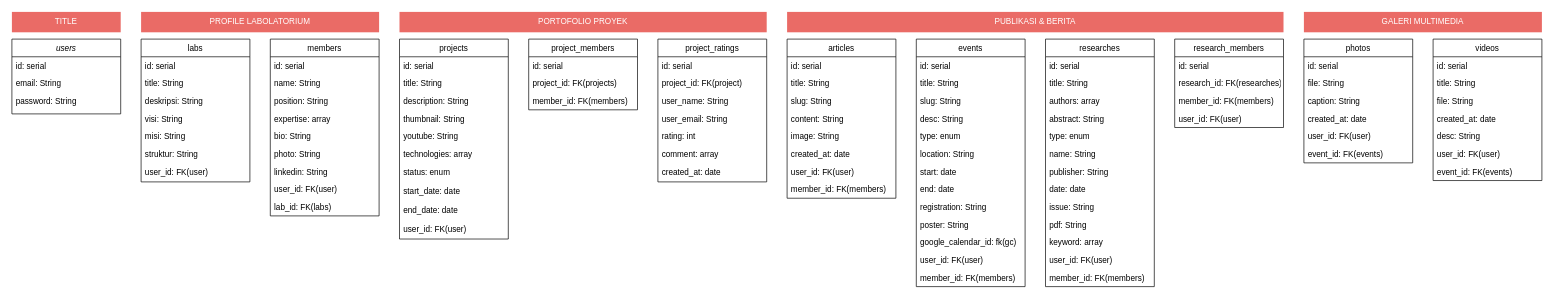
Earlier version of the draw.io diagram pblwebdb.drawio (Wahdaapf/All-About-DrawIo). Source tidied: cells renumbered, new cells numbered last; positions are measured from the earlier drawing's top-left corner, leaving out a move shared by most shapes. Both pictures are drawn from the tidied source at 68%, with x=0, y=0 at pixel (12, 12).
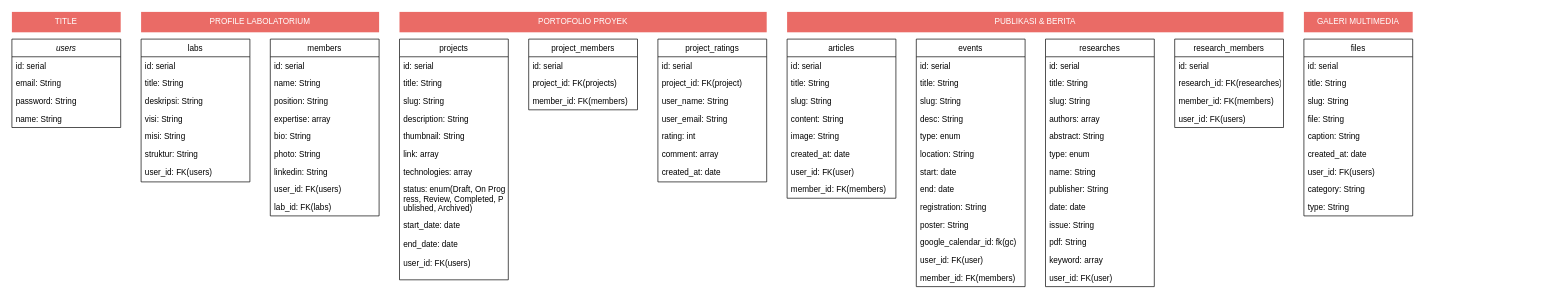
The same page after the edit.

The change refers to these unchanged cells:
```xml
<mxCell id="6" value="members" style="swimlane;fontStyle=0;align=center;verticalAlign=top;horizontal=1;startSize=26;rounded=0;shadow=0;strokeWidth=1;" parent="1" vertex="1">
  <mxGeometry x="380" y="40" width="160" height="260" as="geometry" />
</mxCell>
<mxCell id="27" value="labs" style="swimlane;fontStyle=0;align=center;verticalAlign=top;horizontal=1;startSize=26;rounded=0;shadow=0;strokeWidth=1;" parent="1" vertex="1">
  <mxGeometry x="190" y="40" width="160" height="210" as="geometry" />
</mxCell>
<mxCell id="66" value="researches" style="swimlane;fontStyle=0;align=center;verticalAlign=top;horizontal=1;startSize=26;rounded=0;shadow=0;strokeWidth=1;" parent="1" vertex="1">
  <mxGeometry x="1520" y="40" width="160" height="364" as="geometry" />
</mxCell>
<mxCell id="100" value="research_members" style="swimlane;fontStyle=0;align=center;verticalAlign=top;horizontal=1;startSize=26;rounded=0;shadow=0;strokeWidth=1;" parent="1" vertex="1">
  <mxGeometry x="1710" y="40" width="160" height="130" as="geometry" />
</mxCell>
```

The edit, as a diff of the source:
```diff
@@
     <mxCell id="2" value="users" style="swimlane;fontStyle=2;align=center;verticalAlign=top;horizontal=1;startSize=26;rounded=0;shadow=0;strokeWidth=1;" parent="1" vertex="1">
-      <mxGeometry y="40" width="160" height="110" as="geometry" />
+      <mxGeometry y="40" width="160" height="130" as="geometry" />
     </mxCell>
@@
+    <mxCell id="109" value="name: String" style="text;align=left;verticalAlign=top;spacingLeft=4;spacingRight=4;overflow=hidden;rounded=0;shadow=0;html=0;" parent="2" vertex="1">
+      <mxGeometry y="104" width="160" height="26" as="geometry" />
+    </mxCell>
@@
-    <mxCell id="14" value="user_id: FK(user)" style="text;align=left;verticalAlign=top;spacingLeft=4;spacingRight=4;overflow=hidden;rounded=0;shadow=0;html=0;" parent="6" vertex="1">
+    <mxCell id="14" value="user_id: FK(users)" style="text;align=left;verticalAlign=top;spacingLeft=4;spacingRight=4;overflow=hidden;rounded=0;shadow=0;html=0;" parent="6" vertex="1">
       <mxGeometry y="208" width="160" height="26" as="geometry" />
     </mxCell>
@@
     <mxCell id="16" value="projects" style="swimlane;fontStyle=0;align=center;verticalAlign=top;horizontal=1;startSize=26;rounded=0;shadow=0;strokeWidth=1;" parent="1" vertex="1">
-      <mxGeometry x="570" y="40" width="160" height="294" as="geometry" />
+      <mxGeometry x="570" y="40" width="160" height="354" as="geometry" />
     </mxCell>
@@
+    <mxCell id="110" value="slug: String" style="text;align=left;verticalAlign=top;spacingLeft=4;spacingRight=4;overflow=hidden;" parent="16" vertex="1">
+      <mxGeometry y="78" width="160" height="26" as="geometry" />
+    </mxCell>
     <mxCell id="19" value="description: String" style="text;align=left;verticalAlign=top;spacingLeft=4;spacingRight=4;overflow=hidden;" parent="16" vertex="1">
-      <mxGeometry y="78" width="160" height="26" as="geometry" />
+      <mxGeometry y="104" width="160" height="26" as="geometry" />
     </mxCell>
     <mxCell id="20" value="thumbnail: String" style="text;align=left;verticalAlign=top;spacingLeft=4;spacingRight=4;overflow=hidden;" parent="16" vertex="1">
-      <mxGeometry y="104" width="160" height="26" as="geometry" />
+      <mxGeometry y="130" width="160" height="26" as="geometry" />
     </mxCell>
-    <mxCell id="21" value="youtube: String" style="text;align=left;verticalAlign=top;spacingLeft=4;spacingRight=4;overflow=hidden;" parent="16" vertex="1">
-      <mxGeometry y="130" width="160" height="26" as="geometry" />
+    <mxCell id="21" value="link: array" style="text;align=left;verticalAlign=top;spacingLeft=4;spacingRight=4;overflow=hidden;" parent="16" vertex="1">
+      <mxGeometry y="156" width="160" height="26" as="geometry" />
     </mxCell>
     <mxCell id="22" value="technologies: array" style="text;align=left;verticalAlign=top;spacingLeft=4;spacingRight=4;overflow=hidden;" parent="16" vertex="1">
-      <mxGeometry y="156" width="160" height="26" as="geometry" />
+      <mxGeometry y="182" width="160" height="26" as="geometry" />
     </mxCell>
-    <mxCell id="23" value="status: enum" style="text;align=left;verticalAlign=top;spacingLeft=4;spacingRight=4;overflow=hidden;" parent="16" vertex="1">
-      <mxGeometry y="182" width="160" height="28" as="geometry" />
+    <mxCell id="23" value="status: enum(Draft, On Prog&#10;ress, Review, Completed, P&#10;ublished, Archived)" style="text;align=left;verticalAlign=top;spacingLeft=4;spacingRight=4;overflow=hidden;" parent="16" vertex="1">
+      <mxGeometry y="208" width="160" height="52" as="geometry" />
     </mxCell>
     <mxCell id="24" value="start_date: date" style="text;align=left;verticalAlign=top;spacingLeft=4;spacingRight=4;overflow=hidden;" parent="16" vertex="1">
-      <mxGeometry y="210" width="160" height="28" as="geometry" />
+      <mxGeometry y="260" width="160" height="28" as="geometry" />
     </mxCell>
     <mxCell id="25" value="end_date: date" style="text;align=left;verticalAlign=top;spacingLeft=4;spacingRight=4;overflow=hidden;" parent="16" vertex="1">
-      <mxGeometry y="238" width="160" height="28" as="geometry" />
+      <mxGeometry y="288" width="160" height="28" as="geometry" />
     </mxCell>
-    <mxCell id="26" value="user_id: FK(user)" style="text;align=left;verticalAlign=top;spacingLeft=4;spacingRight=4;overflow=hidden;" parent="16" vertex="1">
-      <mxGeometry y="266" width="160" height="28" as="geometry" />
+    <mxCell id="26" value="user_id: FK(users)" style="text;align=left;verticalAlign=top;spacingLeft=4;spacingRight=4;overflow=hidden;" parent="16" vertex="1">
+      <mxGeometry y="316" width="160" height="28" as="geometry" />
     </mxCell>
@@
-    <mxCell id="34" value="user_id: FK(user)" style="text;align=left;verticalAlign=top;spacingLeft=4;spacingRight=4;overflow=hidden;rounded=0;shadow=0;html=0;" parent="27" vertex="1">
+    <mxCell id="34" value="user_id: FK(users)" style="text;align=left;verticalAlign=top;spacingLeft=4;spacingRight=4;overflow=hidden;rounded=0;shadow=0;html=0;" parent="27" vertex="1">
       <mxGeometry y="182" width="160" height="26" as="geometry" />
     </mxCell>
@@
+    <mxCell id="111" value="slug: String" style="text;align=left;verticalAlign=top;spacingLeft=4;spacingRight=4;overflow=hidden;" parent="66" vertex="1">
+      <mxGeometry y="78" width="160" height="26" as="geometry" />
+    </mxCell>
     <mxCell id="69" value="authors: array" style="text;align=left;verticalAlign=top;spacingLeft=4;spacingRight=4;overflow=hidden;" parent="66" vertex="1">
-      <mxGeometry y="78" width="160" height="26" as="geometry" />
+      <mxGeometry y="104" width="160" height="26" as="geometry" />
     </mxCell>
     <mxCell id="70" value="abstract: String" style="text;align=left;verticalAlign=top;spacingLeft=4;spacingRight=4;overflow=hidden;" parent="66" vertex="1">
-      <mxGeometry y="104" width="160" height="26" as="geometry" />
+      <mxGeometry y="130" width="160" height="26" as="geometry" />
     </mxCell>
     <mxCell id="71" value="type: enum" style="text;align=left;verticalAlign=top;spacingLeft=4;spacingRight=4;overflow=hidden;" parent="66" vertex="1">
-      <mxGeometry y="130" width="160" height="26" as="geometry" />
+      <mxGeometry y="156" width="160" height="26" as="geometry" />
     </mxCell>
     <mxCell id="72" value="name: String" style="text;align=left;verticalAlign=top;spacingLeft=4;spacingRight=4;overflow=hidden;" parent="66" vertex="1">
-      <mxGeometry y="156" width="160" height="26" as="geometry" />
+      <mxGeometry y="182" width="160" height="26" as="geometry" />
     </mxCell>
     <mxCell id="73" value="publisher: String" style="text;align=left;verticalAlign=top;spacingLeft=4;spacingRight=4;overflow=hidden;" parent="66" vertex="1">
-      <mxGeometry y="182" width="160" height="26" as="geometry" />
+      <mxGeometry y="208" width="160" height="26" as="geometry" />
     </mxCell>
     <mxCell id="74" value="date: date" style="text;align=left;verticalAlign=top;spacingLeft=4;spacingRight=4;overflow=hidden;" parent="66" vertex="1">
-      <mxGeometry y="208" width="160" height="26" as="geometry" />
+      <mxGeometry y="234" width="160" height="26" as="geometry" />
     </mxCell>
     <mxCell id="75" value="issue: String" style="text;align=left;verticalAlign=top;spacingLeft=4;spacingRight=4;overflow=hidden;" parent="66" vertex="1">
-      <mxGeometry y="234" width="160" height="26" as="geometry" />
+      <mxGeometry y="260" width="160" height="26" as="geometry" />
     </mxCell>
     <mxCell id="76" value="pdf: String" style="text;align=left;verticalAlign=top;spacingLeft=4;spacingRight=4;overflow=hidden;" parent="66" vertex="1">
-      <mxGeometry y="260" width="160" height="26" as="geometry" />
+      <mxGeometry y="286" width="160" height="26" as="geometry" />
     </mxCell>
     <mxCell id="77" value="keyword: array" style="text;align=left;verticalAlign=top;spacingLeft=4;spacingRight=4;overflow=hidden;" parent="66" vertex="1">
-      <mxGeometry y="286" width="160" height="26" as="geometry" />
+      <mxGeometry y="312" width="160" height="26" as="geometry" />
     </mxCell>
     <mxCell id="78" value="user_id: FK(user)" style="text;align=left;verticalAlign=top;spacingLeft=4;spacingRight=4;overflow=hidden;" parent="66" vertex="1">
-      <mxGeometry y="312" width="160" height="26" as="geometry" />
+      <mxGeometry y="338" width="160" height="26" as="geometry" />
     </mxCell>
-    <mxCell id="79" value="member_id: FK(members)" style="text;align=left;verticalAlign=top;spacingLeft=4;spacingRight=4;overflow=hidden;" parent="66" vertex="1">
-      <mxGeometry y="338" width="160" height="26" as="geometry" />
-    </mxCell>
-    <mxCell id="80" value="photos" style="swimlane;fontStyle=0;align=center;verticalAlign=top;horizontal=1;startSize=26;rounded=0;shadow=0;strokeWidth=1;" parent="1" vertex="1">
-      <mxGeometry x="1900" y="40" width="160" height="182" as="geometry" />
+    <mxCell id="80" value="files" style="swimlane;fontStyle=0;align=center;verticalAlign=top;horizontal=1;startSize=26;rounded=0;shadow=0;strokeWidth=1;" parent="1" vertex="1">
+      <mxGeometry x="1900" y="40" width="160" height="260" as="geometry" />
     </mxCell>
@@
+    <mxCell id="89" value="title: String" style="text;align=left;verticalAlign=top;spacingLeft=4;spacingRight=4;overflow=hidden;" parent="80" vertex="1">
+      <mxGeometry y="52" width="160" height="26" as="geometry" />
+    </mxCell>
+    <mxCell id="112" value="slug: String" style="text;align=left;verticalAlign=top;spacingLeft=4;spacingRight=4;overflow=hidden;" parent="80" vertex="1">
+      <mxGeometry y="78" width="160" height="26" as="geometry" />
+    </mxCell>
     <mxCell id="82" value="file: String" style="text;align=left;verticalAlign=top;spacingLeft=4;spacingRight=4;overflow=hidden;" parent="80" vertex="1">
-      <mxGeometry y="52" width="160" height="26" as="geometry" />
+      <mxGeometry y="104" width="160" height="26" as="geometry" />
     </mxCell>
     <mxCell id="83" value="caption: String" style="text;align=left;verticalAlign=top;spacingLeft=4;spacingRight=4;overflow=hidden;" parent="80" vertex="1">
-      <mxGeometry y="78" width="160" height="26" as="geometry" />
+      <mxGeometry y="130" width="160" height="26" as="geometry" />
     </mxCell>
     <mxCell id="84" value="created_at: date" style="text;align=left;verticalAlign=top;spacingLeft=4;spacingRight=4;overflow=hidden;" parent="80" vertex="1">
-      <mxGeometry y="104" width="160" height="26" as="geometry" />
+      <mxGeometry y="156" width="160" height="26" as="geometry" />
     </mxCell>
-    <mxCell id="85" value="user_id: FK(user)" style="text;align=left;verticalAlign=top;spacingLeft=4;spacingRight=4;overflow=hidden;" parent="80" vertex="1">
-      <mxGeometry y="130" width="160" height="26" as="geometry" />
+    <mxCell id="85" value="user_id: FK(users)" style="text;align=left;verticalAlign=top;spacingLeft=4;spacingRight=4;overflow=hidden;" parent="80" vertex="1">
+      <mxGeometry y="182" width="160" height="26" as="geometry" />
     </mxCell>
-    <mxCell id="86" value="event_id: FK(events)" style="text;align=left;verticalAlign=top;spacingLeft=4;spacingRight=4;overflow=hidden;" parent="80" vertex="1">
-      <mxGeometry y="156" width="160" height="26" as="geometry" />
+    <mxCell id="86" value="category: String" style="text;align=left;verticalAlign=top;spacingLeft=4;spacingRight=4;overflow=hidden;" parent="80" vertex="1">
+      <mxGeometry y="208" width="160" height="26" as="geometry" />
     </mxCell>
-    <mxCell id="87" value="videos" style="swimlane;fontStyle=0;align=center;verticalAlign=top;horizontal=1;startSize=26;rounded=0;shadow=0;strokeWidth=1;" parent="1" vertex="1">
-      <mxGeometry x="2090" y="40" width="160" height="208" as="geometry" />
-    </mxCell>
-    <mxCell id="88" value="id: serial" style="text;align=left;verticalAlign=top;spacingLeft=4;spacingRight=4;overflow=hidden;" parent="87" vertex="1">
-      <mxGeometry y="26" width="160" height="26" as="geometry" />
-    </mxCell>
-    <mxCell id="89" value="title: String" style="text;align=left;verticalAlign=top;spacingLeft=4;spacingRight=4;overflow=hidden;" parent="87" vertex="1">
-      <mxGeometry y="52" width="160" height="26" as="geometry" />
-    </mxCell>
-    <mxCell id="90" value="file: String" style="text;align=left;verticalAlign=top;spacingLeft=4;spacingRight=4;overflow=hidden;" parent="87" vertex="1">
-      <mxGeometry y="78" width="160" height="26" as="geometry" />
-    </mxCell>
-    <mxCell id="91" value="created_at: date" style="text;align=left;verticalAlign=top;spacingLeft=4;spacingRight=4;overflow=hidden;" parent="87" vertex="1">
-      <mxGeometry y="104" width="160" height="26" as="geometry" />
-    </mxCell>
-    <mxCell id="92" value="desc: String" style="text;align=left;verticalAlign=top;spacingLeft=4;spacingRight=4;overflow=hidden;" parent="87" vertex="1">
-      <mxGeometry y="130" width="160" height="26" as="geometry" />
-    </mxCell>
-    <mxCell id="93" value="user_id: FK(user)" style="text;align=left;verticalAlign=top;spacingLeft=4;spacingRight=4;overflow=hidden;" parent="87" vertex="1">
-      <mxGeometry y="156" width="160" height="26" as="geometry" />
-    </mxCell>
-    <mxCell id="94" value="event_id: FK(events)" style="text;align=left;verticalAlign=top;spacingLeft=4;spacingRight=4;overflow=hidden;" parent="87" vertex="1">
-      <mxGeometry y="182" width="160" height="26" as="geometry" />
-    </mxCell>
+    <mxCell id="113" value="type: String" style="text;align=left;verticalAlign=top;spacingLeft=4;spacingRight=4;overflow=hidden;" parent="80" vertex="1">
+      <mxGeometry y="234" width="160" height="26" as="geometry" />
+    </mxCell>
@@
     <mxCell id="99" value="&lt;font style=&quot;color: rgb(255, 255, 255);&quot;&gt;GALERI MULTIMEDIA&lt;/font&gt;" style="text;html=1;whiteSpace=wrap;strokeColor=none;fillColor=#EA6B66;align=center;verticalAlign=middle;rounded=0;" parent="1" vertex="1">
-      <mxGeometry x="1900" width="350" height="30" as="geometry" />
+      <mxGeometry x="1900" width="160" height="30" as="geometry" />
     </mxCell>
@@
-    <mxCell id="104" value="user_id: FK(user)" style="text;align=left;verticalAlign=top;spacingLeft=4;spacingRight=4;overflow=hidden;" parent="100" vertex="1">
+    <mxCell id="104" value="user_id: FK(users)" style="text;align=left;verticalAlign=top;spacingLeft=4;spacingRight=4;overflow=hidden;" parent="100" vertex="1">
       <mxGeometry y="104" width="160" height="26" as="geometry" />
     </mxCell>
```
